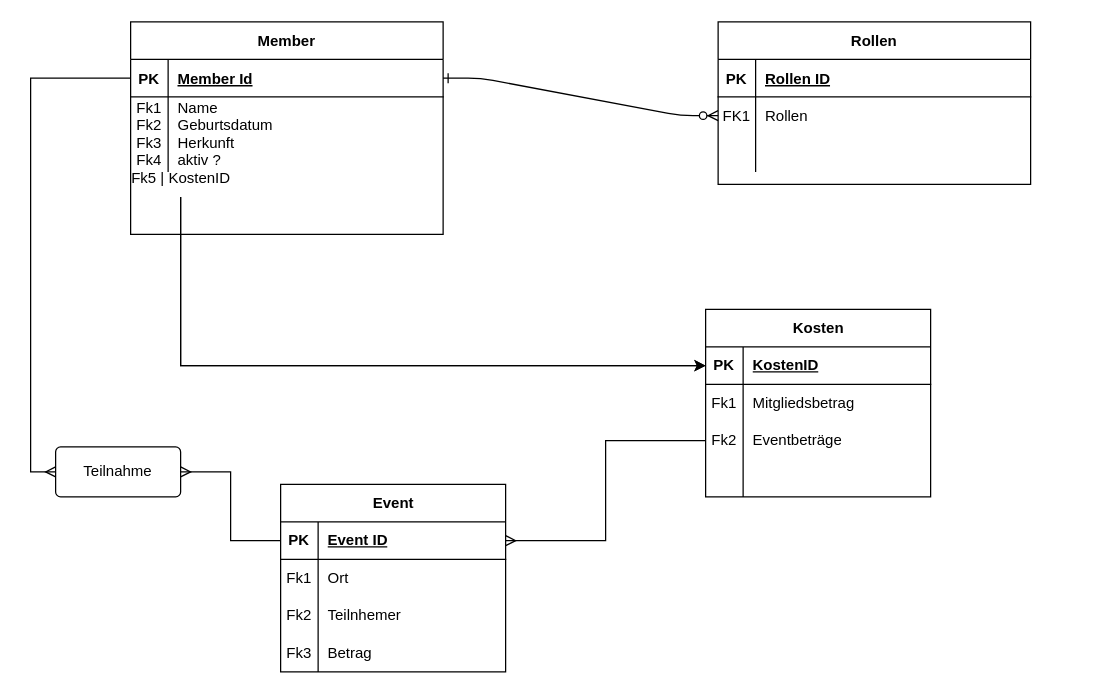
This is Unbenanntes Diagramm.drawio from marexxxxxxx/postgressqlLearning, a draw.io file, before an edit. Source tidied: cells renumbered, new cells numbered last; positions are measured from the earlier drawing's top-left corner, leaving out a move shared by most shapes. Both pictures are drawn from the tidied source at 125%, with x=0, y=0 at pixel (55, 21).
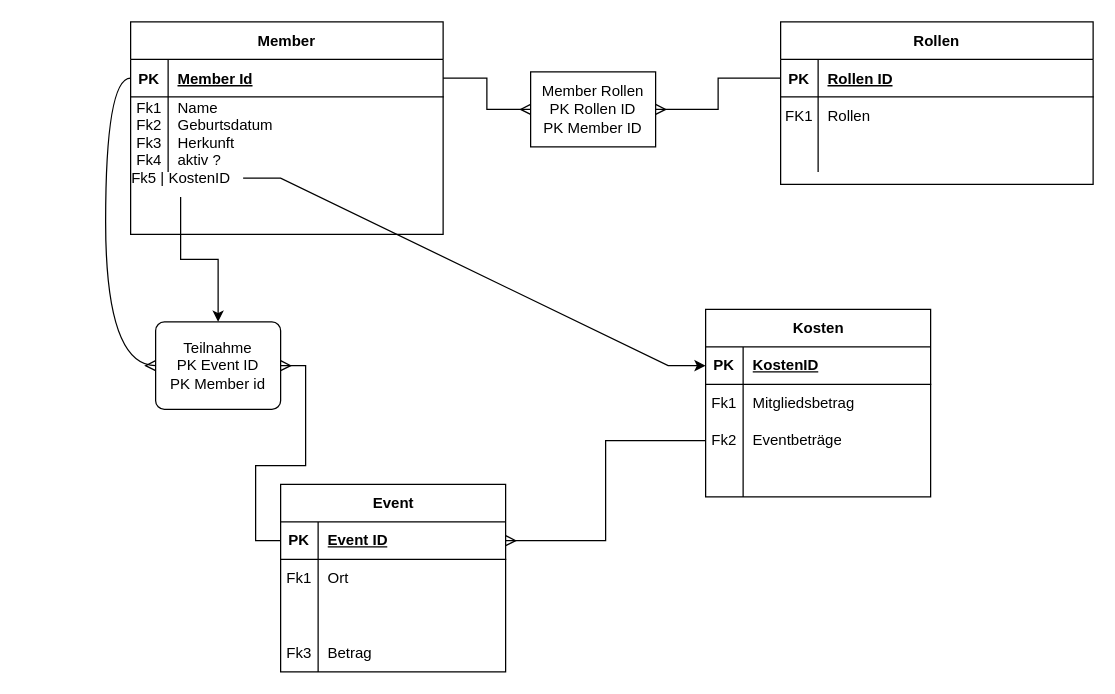
After the change.

The change refers to these unchanged cells:
```xml
<mxCell id="4" style="shape=partialRectangle;fillColor=none;points=[[0,0.5],[1,0.5]];portConstraint=eastwest;top=0;left=0;right=0;bottom=1;" parent="3" vertex="1">
  <mxGeometry y="30" width="250" height="30" as="geometry" />
</mxCell>
<mxCell id="7" style="shape=partialRectangle;fillColor=none;points=[[0,0.5],[1,0.5]];portConstraint=eastwest;top=0;left=0;right=0;bottom=0;" parent="3" vertex="1">
  <mxGeometry y="60" width="250" height="30" as="geometry" />
</mxCell>
<mxCell id="14" style="shape=partialRectangle;fillColor=none;points=[[0,0.5],[1,0.5]];portConstraint=eastwest;top=0;left=0;right=0;bottom=1;" parent="13" vertex="1">
  <mxGeometry y="30" width="250" height="30" as="geometry" />
</mxCell>
<mxCell id="27" style="shape=tableRow;horizontal=0;startSize=0;swimlaneHead=0;swimlaneBody=0;fillColor=none;top=0;left=0;right=0;bottom=0;" parent="20" vertex="1">
  <mxGeometry y="90" width="180" height="30" as="geometry" />
</mxCell>
<mxCell id="34" style="shape=tableRow;horizontal=0;startSize=0;swimlaneHead=0;swimlaneBody=0;fillColor=none;points=[[0,0.5],[1,0.5]];portConstraint=eastwest;top=0;left=0;right=0;bottom=1;" parent="33" vertex="1">
  <mxGeometry y="30" width="180" height="30" as="geometry" />
</mxCell>
<mxCell id="49" value="Fk5 | KostenID" style="text;html=1;align=center;verticalAlign=middle;points=[];strokeColor=none;fillColor=none;" parent="1" vertex="1">
  <mxGeometry x="50" y="110" width="100" height="30" as="geometry" />
</mxCell>
```

Change to the diagram source:
```diff
@@
-    <mxCell id="2" style="edgeStyle=entityRelationEdgeStyle;endArrow=ERzeroToMany;startArrow=ERone;endFill=1;startFill=0;" parent="1" edge="1" source="14" target="7">
-      <mxGeometry relative="1" as="geometry" />
-    </mxCell>
     <mxCell id="3" value="Rollen" style="shape=table;startSize=30;childLayout=tableLayout;rowLines=0;fontStyle=1;align=center;" parent="1" vertex="1">
-      <mxGeometry x="530" width="250" height="130" as="geometry" />
+      <mxGeometry x="580" width="250" height="130" as="geometry" />
     </mxCell>
@@
-    <mxCell id="28" value="Fk2" style="shape=partialRectangle;fillColor=none;top=0;left=0;bottom=0;right=0;overflow=hidden;whiteSpace=wrap;html=1;" parent="27" vertex="1">
+    <mxCell id="28" style="shape=partialRectangle;fillColor=none;top=0;left=0;bottom=0;right=0;overflow=hidden;whiteSpace=wrap;html=1;" parent="27" vertex="1">
       <mxGeometry width="30" height="30" as="geometry" />
     </mxCell>
-    <mxCell id="29" value="Teilnhemer" style="shape=partialRectangle;fillColor=none;top=0;left=0;bottom=0;right=0;align=left;spacingLeft=6;overflow=hidden;whiteSpace=wrap;html=1;" parent="27" vertex="1">
+    <mxCell id="29" style="shape=partialRectangle;fillColor=none;top=0;left=0;bottom=0;right=0;align=left;spacingLeft=6;overflow=hidden;whiteSpace=wrap;html=1;" parent="27" vertex="1">
       <mxGeometry x="30" width="150" height="30" as="geometry" />
     </mxCell>
@@
-    <mxCell id="47" style="edgeStyle=orthogonalEdgeStyle;rounded=0;jettySize=auto;html=1;entryX=0;entryY=0.5;entryDx=0;entryDy=0;" parent="1" edge="1" source="49" target="34">
-      <mxGeometry relative="1" as="geometry" />
-    </mxCell>
-    <mxCell id="48" style="edgeStyle=orthogonalEdgeStyle;rounded=0;jettySize=auto;html=1;entryX=0;entryY=0.5;entryDx=0;entryDy=0;" parent="1" edge="1" source="49" target="34">
+    <mxCell id="48" style="edgeStyle=entityRelationEdgeStyle;rounded=0;jettySize=auto;html=1;entryX=0;entryY=0.5;entryDx=0;entryDy=0;" parent="1" edge="1" source="49" target="34">
       <mxGeometry relative="1" as="geometry" />
     </mxCell>
+    <mxCell id="53" style="edgeStyle=orthogonalEdgeStyle;rounded=0;jettySize=auto;html=1;" parent="1" edge="1" source="49" target="50">
+      <mxGeometry relative="1" as="geometry" />
+    </mxCell>
@@
-    <mxCell id="50" value="Teilnahme" style="rounded=1;arcSize=10;whiteSpace=wrap;html=1;align=center;" parent="1" vertex="1">
-      <mxGeometry y="340" width="100" height="40" as="geometry" />
+    <mxCell id="50" value="Teilnahme&lt;br&gt;PK Event ID&lt;div&gt;PK Member id&lt;/div&gt;" style="rounded=1;arcSize=10;whiteSpace=wrap;html=1;align=center;" parent="1" vertex="1">
+      <mxGeometry x="80" y="240" width="100" height="70" as="geometry" />
     </mxCell>
@@
-    <mxCell id="52" style="edgeStyle=orthogonalEdgeStyle;rounded=0;jettySize=auto;html=1;entryX=0;entryY=0.5;entryDx=0;entryDy=0;endArrow=ERmany;endFill=0;" parent="1" edge="1" source="14" target="50">
+    <mxCell id="52" style="edgeStyle=orthogonalEdgeStyle;rounded=0;jettySize=auto;html=1;entryX=0;entryY=0.5;entryDx=0;entryDy=0;endArrow=ERmany;endFill=0;curved=1;" parent="1" edge="1" source="14" target="50">
       <mxGeometry relative="1" as="geometry" />
     </mxCell>
+    <mxCell id="54" value="Member Rollen&lt;div&gt;PK Rollen ID&lt;/div&gt;&lt;div&gt;PK Member ID&lt;/div&gt;" style="whiteSpace=wrap;html=1;align=center;" parent="1" vertex="1">
+      <mxGeometry x="380" y="40" width="100" height="60" as="geometry" />
+    </mxCell>
+    <mxCell id="55" style="edgeStyle=orthogonalEdgeStyle;rounded=0;jettySize=auto;html=1;entryX=0;entryY=0.5;entryDx=0;entryDy=0;endArrow=ERmany;endFill=0;" parent="1" edge="1" source="14" target="54">
+      <mxGeometry relative="1" as="geometry" />
+    </mxCell>
+    <mxCell id="56" style="edgeStyle=orthogonalEdgeStyle;rounded=0;jettySize=auto;html=1;entryX=1;entryY=0.5;entryDx=0;entryDy=0;endArrow=ERmany;endFill=0;" parent="1" edge="1" source="4" target="54">
+      <mxGeometry relative="1" as="geometry" />
+    </mxCell>
```
